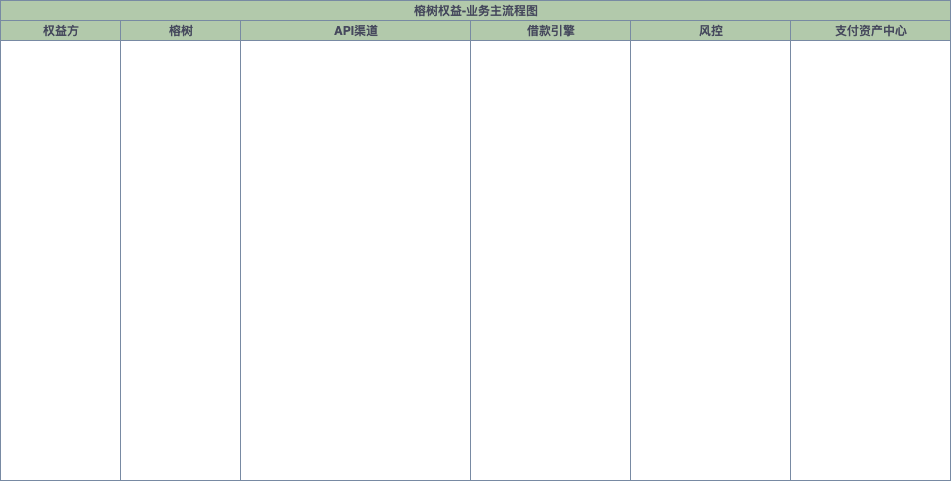
Above: 榕树权益-业务主流程图.png in yuanlj-tea/picgo (draw.io), before the change. Source tidied: cells renumbered, new cells last; positions are measured from the earlier drawing's top-left corner, leaving out a move shared by most shapes.
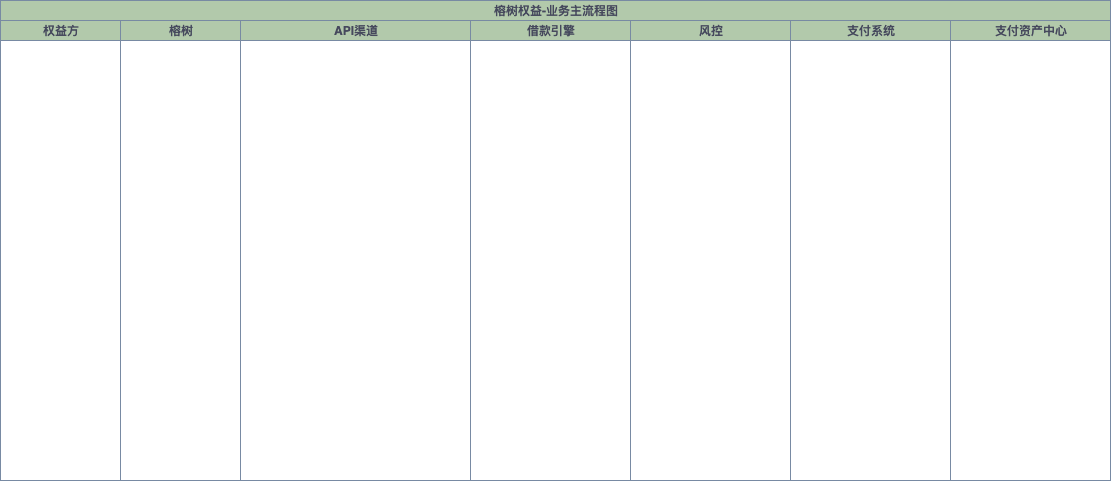
After the change.

Commit message:
更新榕树权益-业务主流程图.png

The edit, as a diff of the source:
```diff
@@ -3,7 +3,7 @@
     <mxCell id="0" />
     <mxCell id="1" parent="0" />
     <mxCell id="2" value="榕树权益-业务主流程图" style="swimlane;startSize=20;html=1;labelBackgroundColor=none;fillColor=#B2C9AB;strokeColor=#788AA3;fontColor=#46495D;" parent="1" vertex="1">
-      <mxGeometry width="950" height="480" as="geometry" />
+      <mxGeometry width="1110" height="480" as="geometry" />
     </mxCell>
     <mxCell id="3" value="权益方" style="swimlane;startSize=20;html=1;labelBackgroundColor=none;fillColor=#B2C9AB;strokeColor=#788AA3;fontColor=#46495D;" parent="2" vertex="1">
       <mxGeometry y="20" width="120" height="460" as="geometry" />
@@ -20,8 +20,11 @@
     <mxCell id="7" value="风控" style="swimlane;startSize=20;html=1;labelBackgroundColor=none;fillColor=#B2C9AB;strokeColor=#788AA3;fontColor=#46495D;" parent="2" vertex="1">
       <mxGeometry x="630" y="20" width="160" height="460" as="geometry" />
     </mxCell>
+    <mxCell id="9" value="支付系统" style="swimlane;startSize=20;html=1;labelBackgroundColor=none;fillColor=#B2C9AB;strokeColor=#788AA3;fontColor=#46495D;" parent="2" vertex="1">
+      <mxGeometry x="790" y="20" width="160" height="460" as="geometry" />
+    </mxCell>
     <mxCell id="8" value="支付资产中心" style="swimlane;startSize=20;html=1;labelBackgroundColor=none;fillColor=#B2C9AB;strokeColor=#788AA3;fontColor=#46495D;" parent="2" vertex="1">
-      <mxGeometry x="790" y="20" width="160" height="460" as="geometry" />
+      <mxGeometry x="950" y="20" width="160" height="460" as="geometry" />
     </mxCell>
   </root>
 </mxGraphModel>
```
